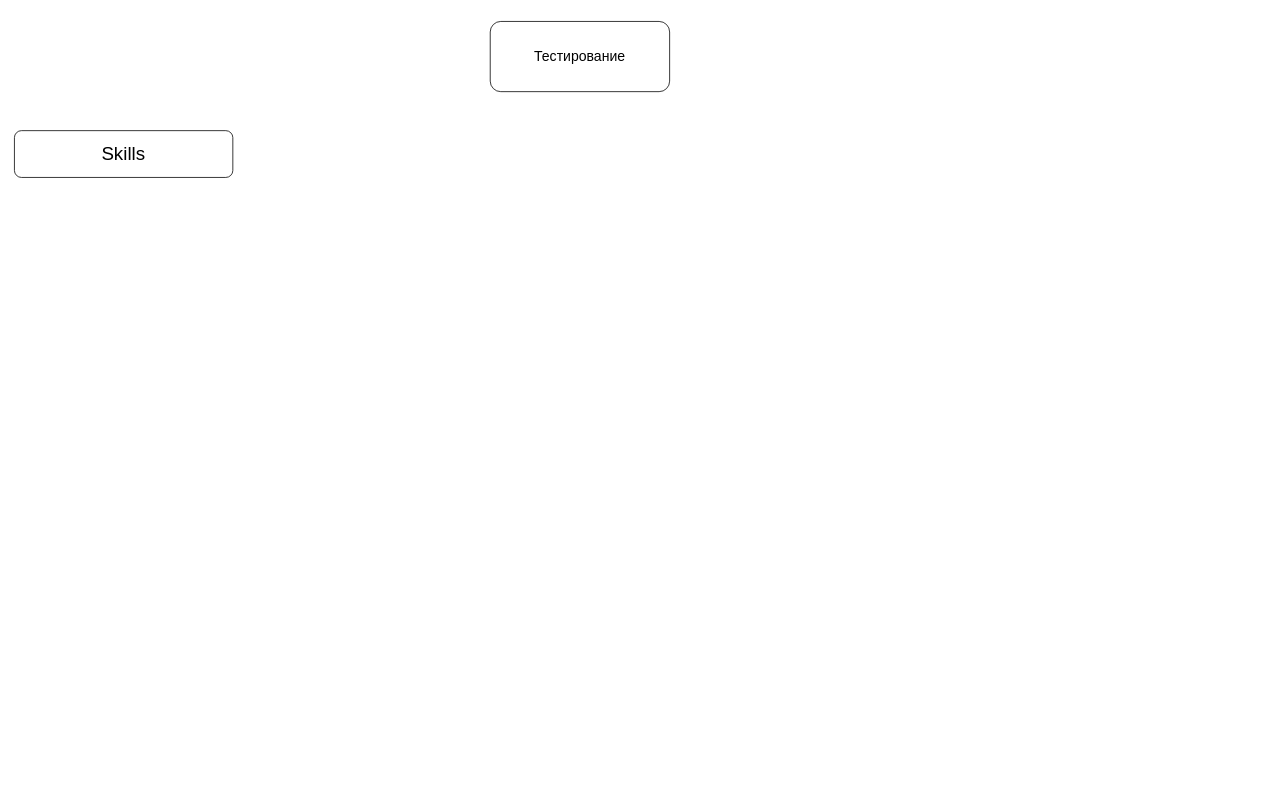
Above: Untitled Diagram.drawio in ViktoricaN/Kotlin (draw.io), before the change. Source tidied: cells renumbered, new cells numbered last; positions are measured from the earlier drawing's top-left corner, leaving out a move shared by most shapes. Both pictures are drawn from the tidied source at 78%, with x=0, y=0 at pixel (14, 21).
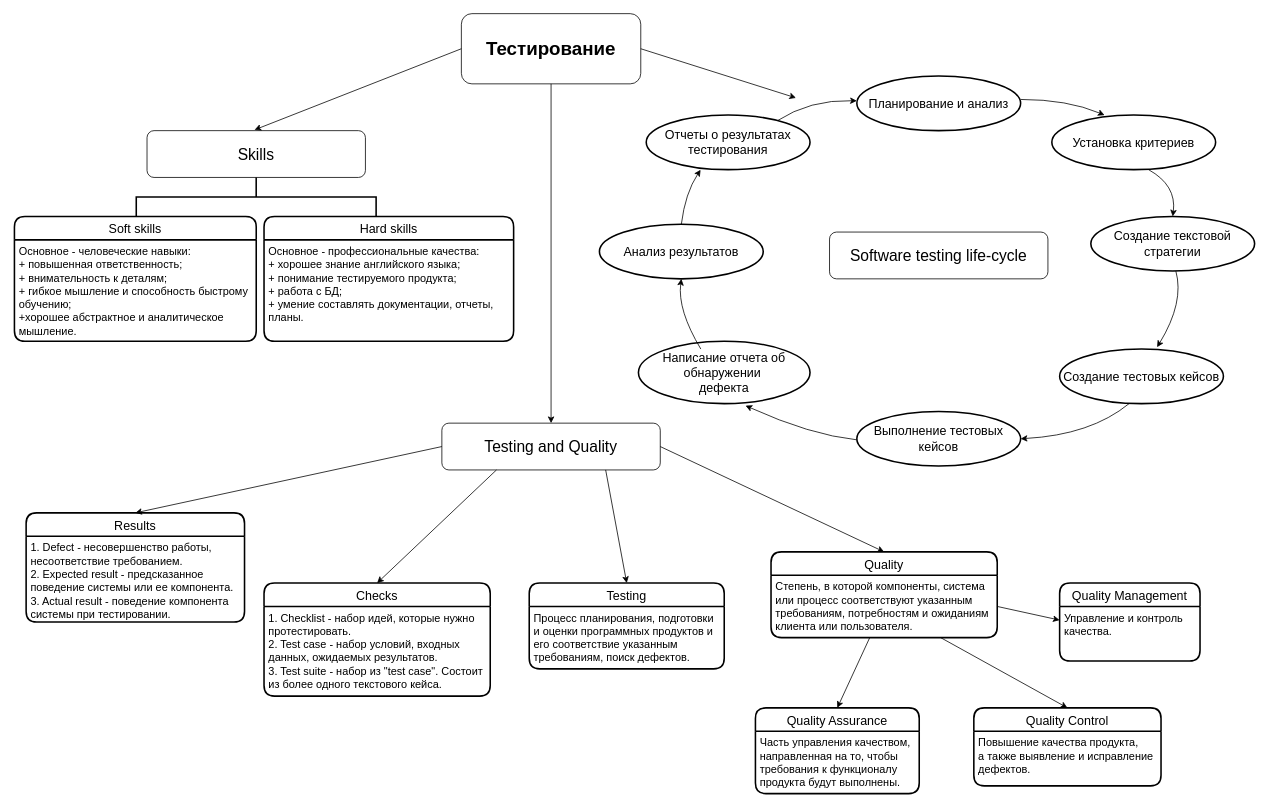
The same page after the edit.

The edit, as a diff of the source:
```diff
@@
-    <mxCell id="2" value="&lt;font style=&quot;font-size: 18px&quot;&gt;Тестирование&lt;/font&gt;" style="rounded=1;whiteSpace=wrap;html=1;" parent="1" vertex="1">
-      <mxGeometry x="610" width="230" height="90" as="geometry" />
+    <mxCell id="2" value="&lt;font style=&quot;font-size: 24px&quot;&gt;&lt;b&gt;Тестирование&lt;/b&gt;&lt;/font&gt;" style="rounded=1;whiteSpace=wrap;html=1;" parent="1" vertex="1">
+      <mxGeometry x="573" y="-10" width="230" height="90" as="geometry" />
     </mxCell>
+    <mxCell id="4" style="edgeStyle=orthogonalEdgeStyle;rounded=0;jettySize=auto;html=1;exitX=0.75;exitY=0;exitDx=0;exitDy=0;fontSize=14;" parent="1" edge="1" source="3">
+      <mxGeometry relative="1" as="geometry">
+        <mxPoint x="380" y="139.7" as="targetPoint" />
+      </mxGeometry>
+    </mxCell>
-    <mxCell id="3" value="&lt;font style=&quot;font-size: 24px&quot;&gt;Skills&lt;/font&gt;" style="rounded=1;whiteSpace=wrap;html=1;" parent="1" vertex="1">
-      <mxGeometry y="140" width="280" height="60" as="geometry" />
+    <mxCell id="3" value="&lt;font style=&quot;font-size: 20px;&quot;&gt;Skills&lt;/font&gt;" style="rounded=1;whiteSpace=wrap;html=1;fontSize=20;" parent="1" vertex="1">
+      <mxGeometry x="170" y="140" width="280" height="60" as="geometry" />
     </mxCell>
+    <mxCell id="5" style="strokeWidth=2;html=1;shape=mxgraph.flowchart.annotation_2;align=left;labelPosition=right;direction=south;fontSize=20;" parent="1" vertex="1">
+      <mxGeometry x="156.2" y="200" width="307.5" height="50" as="geometry" />
+    </mxCell>
+    <mxCell id="6" value="Soft skills" style="swimlane;horizontal=1;startSize=30;rounded=1;fontSize=16;fontStyle=0;strokeWidth=2;shadow=0;dashed=0;align=center;" parent="1" vertex="1">
+      <mxGeometry y="250" width="310" height="160" as="geometry" />
+    </mxCell>
+    <mxCell id="7" value="Основное - человеческие навыки:&#10;+ повышенная ответственность;&#10;+ внимательность к деталям;&#10;+ гибкое мышление и способность быстрому &#10;обучению;&#10;+хорошее абстрактное и аналитическое&#10;мышление." style="align=left;strokeColor=none;fillColor=none;spacingLeft=4;fontSize=14;verticalAlign=top;" parent="6" vertex="1">
+      <mxGeometry y="30" width="310" height="130" as="geometry" />
+    </mxCell>
+    <mxCell id="8" value="Hard skills" style="swimlane;horizontal=1;startSize=30;rounded=1;fontSize=16;fontStyle=0;strokeWidth=2;shadow=0;dashed=0;align=center;" parent="1" vertex="1">
+      <mxGeometry x="320" y="250" width="320" height="160" as="geometry" />
+    </mxCell>
+    <mxCell id="9" value="Основное - профессиональные качества:&#10;+ хорошее знание английского языка;&#10;+ понимание тестируемого продукта;&#10;+ работа с БД;&#10;+ умение составлять документации, отчеты, &#10;планы.&#10;" style="align=left;strokeColor=none;fillColor=none;spacingLeft=4;fontSize=14;verticalAlign=top;" parent="8" vertex="1">
+      <mxGeometry y="30" width="320" height="130" as="geometry" />
+    </mxCell>
+    <mxCell id="10" style="curved=1;endArrow=classic;html=1;exitX=0.796;exitY=0.111;exitDx=0;exitDy=0;exitPerimeter=0;" parent="1" edge="1" source="16" target="11">
+      <mxGeometry relative="1" as="geometry">
+        <Array as="points">
+          <mxPoint x="1020" y="100" />
+        </Array>
+      </mxGeometry>
+    </mxCell>
+    <mxCell id="11" value="&lt;font style=&quot;font-size: 16px&quot;&gt;Планирование и анализ&lt;/font&gt;" style="strokeWidth=2;html=1;shape=mxgraph.flowchart.start_1;whiteSpace=wrap;" parent="1" vertex="1">
+      <mxGeometry x="1080" y="70" width="210" height="70" as="geometry" />
+    </mxCell>
+    <mxCell id="12" value="Выполнение тестовых кейсов" style="strokeWidth=2;html=1;shape=mxgraph.flowchart.start_1;whiteSpace=wrap;fontSize=16;" parent="1" vertex="1">
+      <mxGeometry x="1080" y="500" width="210" height="70" as="geometry" />
+    </mxCell>
+    <mxCell id="13" value="&lt;font style=&quot;font-size: 16px&quot;&gt;Создание текстовой стратегии&lt;/font&gt;" style="strokeWidth=2;html=1;shape=mxgraph.flowchart.start_1;whiteSpace=wrap;" parent="1" vertex="1">
+      <mxGeometry x="1380" y="250" width="210" height="70" as="geometry" />
+    </mxCell>
+    <mxCell id="14" value="&lt;font style=&quot;font-size: 16px&quot;&gt;Установка критериев&lt;/font&gt;" style="strokeWidth=2;html=1;shape=mxgraph.flowchart.start_1;whiteSpace=wrap;" parent="1" vertex="1">
+      <mxGeometry x="1330" y="120" width="210" height="70" as="geometry" />
+    </mxCell>
+    <mxCell id="15" value="&lt;font style=&quot;font-size: 16px&quot;&gt;Создание тестовых кейсов&lt;/font&gt;" style="strokeWidth=2;html=1;shape=mxgraph.flowchart.start_1;whiteSpace=wrap;" parent="1" vertex="1">
+      <mxGeometry x="1340" y="420" width="210" height="70" as="geometry" />
+    </mxCell>
+    <mxCell id="16" value="&lt;font style=&quot;font-size: 16px&quot;&gt;Отчеты о результатах&lt;br&gt;тестирования&lt;/font&gt;" style="strokeWidth=2;html=1;shape=mxgraph.flowchart.start_1;whiteSpace=wrap;" parent="1" vertex="1">
+      <mxGeometry x="810" y="120" width="210" height="70" as="geometry" />
+    </mxCell>
+    <mxCell id="17" value="Анализ результатов" style="strokeWidth=2;html=1;shape=mxgraph.flowchart.start_1;whiteSpace=wrap;fontSize=16;" parent="1" vertex="1">
+      <mxGeometry x="750" y="260" width="210" height="70" as="geometry" />
+    </mxCell>
+    <mxCell id="18" value="&lt;font style=&quot;font-size: 16px&quot;&gt;Написание отчета об обнаружении&amp;nbsp;&lt;br&gt;дефекта&lt;/font&gt;" style="strokeWidth=2;html=1;shape=mxgraph.flowchart.start_1;whiteSpace=wrap;" parent="1" vertex="1">
+      <mxGeometry x="800" y="410" width="220" height="80" as="geometry" />
+    </mxCell>
+    <mxCell id="19" style="curved=1;endArrow=classic;html=1;exitX=0.443;exitY=-0.001;exitDx=0;exitDy=0;exitPerimeter=0;entryX=0.624;entryY=1.031;entryDx=0;entryDy=0;entryPerimeter=0;" parent="1" edge="1" target="18">
+      <mxGeometry relative="1" as="geometry">
+        <mxPoint x="1080" y="536.4" as="sourcePoint" />
+        <Array as="points">
+          <mxPoint x="1020" y="530" />
+        </Array>
+      </mxGeometry>
+    </mxCell>
+    <mxCell id="20" style="curved=1;endArrow=classic;html=1;exitX=0.443;exitY=-0.001;exitDx=0;exitDy=0;exitPerimeter=0;entryX=1;entryY=0.5;entryDx=0;entryDy=0;entryPerimeter=0;" parent="1" edge="1" target="12">
+      <mxGeometry relative="1" as="geometry">
+        <mxPoint x="1429" y="490" as="sourcePoint" />
+        <Array as="points">
+          <mxPoint x="1380" y="530" />
+        </Array>
+      </mxGeometry>
+    </mxCell>
+    <mxCell id="21" style="curved=1;endArrow=classic;html=1;exitX=0.443;exitY=-0.001;exitDx=0;exitDy=0;exitPerimeter=0;entryX=0.595;entryY=-0.034;entryDx=0;entryDy=0;entryPerimeter=0;" parent="1" edge="1" target="15">
+      <mxGeometry relative="1" as="geometry">
+        <mxPoint x="1489" y="320" as="sourcePoint" />
+        <Array as="points">
+          <mxPoint x="1500" y="360" />
+        </Array>
+      </mxGeometry>
+    </mxCell>
+    <mxCell id="22" style="curved=1;endArrow=classic;html=1;exitX=0.443;exitY=-0.001;exitDx=0;exitDy=0;exitPerimeter=0;entryX=0.5;entryY=0;entryDx=0;entryDy=0;entryPerimeter=0;" parent="1" edge="1" target="13">
+      <mxGeometry relative="1" as="geometry">
+        <mxPoint x="1454" y="190" as="sourcePoint" />
+        <Array as="points">
+          <mxPoint x="1490" y="210" />
+        </Array>
+      </mxGeometry>
+    </mxCell>
+    <mxCell id="23" style="curved=1;endArrow=classic;html=1;exitX=0.443;exitY=-0.001;exitDx=0;exitDy=0;exitPerimeter=0;entryX=0.322;entryY=0.002;entryDx=0;entryDy=0;entryPerimeter=0;" parent="1" edge="1" target="14">
+      <mxGeometry relative="1" as="geometry">
+        <mxPoint x="1290" y="100" as="sourcePoint" />
+        <Array as="points">
+          <mxPoint x="1350" y="100" />
+        </Array>
+      </mxGeometry>
+    </mxCell>
+    <mxCell id="24" style="curved=1;endArrow=classic;html=1;exitX=0.796;exitY=0.111;exitDx=0;exitDy=0;exitPerimeter=0;entryX=0.5;entryY=1;entryDx=0;entryDy=0;entryPerimeter=0;" parent="1" edge="1" target="17">
+      <mxGeometry relative="1" as="geometry">
+        <mxPoint x="880" y="420" as="sourcePoint" />
+        <Array as="points">
+          <mxPoint x="850" y="370" />
+        </Array>
+      </mxGeometry>
+    </mxCell>
+    <mxCell id="25" style="curved=1;endArrow=classic;html=1;exitX=0.5;exitY=0;exitDx=0;exitDy=0;exitPerimeter=0;entryX=0.332;entryY=1.002;entryDx=0;entryDy=0;entryPerimeter=0;" parent="1" edge="1" source="17" target="16">
+      <mxGeometry relative="1" as="geometry">
+        <Array as="points">
+          <mxPoint x="860" y="220" />
+        </Array>
+      </mxGeometry>
+    </mxCell>
+    <mxCell id="26" value="&lt;font style=&quot;font-size: 20px;&quot;&gt;Software testing life-cycle&lt;/font&gt;" style="rounded=1;whiteSpace=wrap;html=1;fontSize=20;" parent="1" vertex="1">
+      <mxGeometry x="1045" y="270" width="280" height="60" as="geometry" />
+    </mxCell>
+    <mxCell id="27" value="&lt;font style=&quot;font-size: 20px;&quot;&gt;Testing and Quality&lt;/font&gt;" style="rounded=1;whiteSpace=wrap;html=1;fontSize=20;" parent="1" vertex="1">
+      <mxGeometry x="548" y="515" width="280" height="60" as="geometry" />
+    </mxCell>
+    <mxCell id="28" value="Quality" style="swimlane;horizontal=1;startSize=30;rounded=1;fontSize=16;fontStyle=0;strokeWidth=2;shadow=0;dashed=0;align=center;" parent="1" vertex="1">
+      <mxGeometry x="970" y="680" width="290" height="110" as="geometry" />
+    </mxCell>
+    <mxCell id="29" value="Степень, в которой компоненты, система&#10;или процесс соответствуют указанным &#10;требованиям, потребностям и ожиданиям&#10;клиента или пользователя." style="align=left;strokeColor=none;fillColor=none;spacingLeft=4;fontSize=14;verticalAlign=top;" parent="28" vertex="1">
+      <mxGeometry y="30" width="290" height="80" as="geometry" />
+    </mxCell>
+    <mxCell id="30" value="Quality Management" style="swimlane;horizontal=1;startSize=30;rounded=1;fontSize=16;fontStyle=0;strokeWidth=2;shadow=0;dashed=0;align=center;" parent="1" vertex="1">
+      <mxGeometry x="1340" y="720" width="180" height="100" as="geometry" />
+    </mxCell>
+    <mxCell id="31" value="Управление и контроль &#10;качества." style="align=left;strokeColor=none;fillColor=none;spacingLeft=4;fontSize=14;verticalAlign=top;" parent="30" vertex="1">
+      <mxGeometry y="30" width="180" height="70" as="geometry" />
+    </mxCell>
+    <mxCell id="32" value="Quality Assurance" style="swimlane;horizontal=1;startSize=30;rounded=1;fontSize=16;fontStyle=0;strokeWidth=2;shadow=0;dashed=0;align=center;" parent="1" vertex="1">
+      <mxGeometry x="950" y="880" width="210" height="110" as="geometry" />
+    </mxCell>
+    <mxCell id="33" value="Часть управления качеством, &#10;направленная на то, чтобы &#10;требования к функционалу &#10;продукта будут выполнены." style="align=left;strokeColor=none;fillColor=none;spacingLeft=4;fontSize=14;verticalAlign=top;" parent="32" vertex="1">
+      <mxGeometry y="30" width="210" height="80" as="geometry" />
+    </mxCell>
+    <mxCell id="34" value="Quality Control" style="swimlane;horizontal=1;startSize=30;rounded=1;fontSize=16;fontStyle=0;strokeWidth=2;shadow=0;dashed=0;align=center;" parent="1" vertex="1">
+      <mxGeometry x="1230" y="880" width="240" height="100" as="geometry" />
+    </mxCell>
+    <mxCell id="35" value="Повышение качества продукта, &#10;а также выявление и исправление &#10;дефектов." style="align=left;strokeColor=none;fillColor=none;spacingLeft=4;fontSize=14;verticalAlign=top;" parent="34" vertex="1">
+      <mxGeometry y="30" width="240" height="70" as="geometry" />
+    </mxCell>
+    <mxCell id="36" value="Results" style="swimlane;horizontal=1;startSize=30;rounded=1;fontSize=16;fontStyle=0;strokeWidth=2;shadow=0;dashed=0;align=center;" parent="1" vertex="1">
+      <mxGeometry x="15" y="630" width="280" height="140" as="geometry" />
+    </mxCell>
+    <mxCell id="37" value="1. Defect - несовершенство работы,&#10;несоответствие требованием.&#10;2. Expected result - предсказанное &#10;поведение системы или ее компонента. &#10;3. Actual result - поведение компонента &#10;системы при тестировании." style="align=left;strokeColor=none;fillColor=none;spacingLeft=4;fontSize=14;verticalAlign=top;" parent="36" vertex="1">
+      <mxGeometry y="30" width="280" height="110" as="geometry" />
+    </mxCell>
+    <mxCell id="38" value="Checks" style="swimlane;horizontal=1;startSize=30;rounded=1;fontSize=16;fontStyle=0;strokeWidth=2;shadow=0;dashed=0;align=center;" parent="1" vertex="1">
+      <mxGeometry x="320" y="720" width="290" height="145" as="geometry" />
+    </mxCell>
+    <mxCell id="39" value="1. Checklist - набор идей, которые нужно &#10;протестировать.&#10;2. Test case - набор условий, входных &#10;данных, ожидаемых результатов.&#10;3. Test suite - набор из &quot;test case&quot;. Состоит &#10;из более одного текстового кейса." style="align=left;strokeColor=none;fillColor=none;spacingLeft=4;fontSize=14;verticalAlign=top;" parent="38" vertex="1">
+      <mxGeometry y="30" width="290" height="115" as="geometry" />
+    </mxCell>
+    <mxCell id="40" value="Testing" style="swimlane;horizontal=1;startSize=30;rounded=1;fontSize=16;fontStyle=0;strokeWidth=2;shadow=0;dashed=0;align=center;" parent="1" vertex="1">
+      <mxGeometry x="660" y="720" width="250" height="110" as="geometry" />
+    </mxCell>
+    <mxCell id="41" value="Процесс планирования, подготовки&#10;и оценки программных продуктов и &#10;его соответствие указанным&#10;требованиям, поиск дефектов.&#10;" style="align=left;strokeColor=none;fillColor=none;spacingLeft=4;fontSize=14;verticalAlign=top;" parent="40" vertex="1">
+      <mxGeometry y="30" width="250" height="80" as="geometry" />
+    </mxCell>
+    <mxCell id="42" style="endArrow=classic;html=1;fontSize=14;exitX=0;exitY=0.5;exitDx=0;exitDy=0;entryX=0.5;entryY=0;entryDx=0;entryDy=0;" parent="1" edge="1" source="27" target="36">
+      <mxGeometry relative="1" as="geometry" />
+    </mxCell>
+    <mxCell id="43" style="endArrow=classic;html=1;fontSize=14;entryX=0.5;entryY=0;entryDx=0;entryDy=0;exitX=0.25;exitY=1;exitDx=0;exitDy=0;" parent="1" edge="1" source="27" target="38">
+      <mxGeometry relative="1" as="geometry" />
+    </mxCell>
+    <mxCell id="44" style="endArrow=classic;html=1;fontSize=14;entryX=0.5;entryY=0;entryDx=0;entryDy=0;exitX=0.75;exitY=1;exitDx=0;exitDy=0;" parent="1" edge="1" source="27" target="40">
+      <mxGeometry relative="1" as="geometry" />
+    </mxCell>
+    <mxCell id="45" style="endArrow=classic;html=1;fontSize=14;entryX=0.5;entryY=0;entryDx=0;entryDy=0;exitX=1;exitY=0.5;exitDx=0;exitDy=0;" parent="1" edge="1" source="27" target="28">
+      <mxGeometry relative="1" as="geometry" />
+    </mxCell>
+    <mxCell id="46" style="endArrow=classic;html=1;fontSize=14;entryX=0.5;entryY=0;entryDx=0;entryDy=0;" parent="1" edge="1" source="29" target="32">
+      <mxGeometry relative="1" as="geometry" />
+    </mxCell>
+    <mxCell id="47" style="endArrow=classic;html=1;fontSize=14;entryX=0.5;entryY=0;entryDx=0;entryDy=0;exitX=0.75;exitY=1;exitDx=0;exitDy=0;" parent="1" edge="1" source="29" target="34">
+      <mxGeometry relative="1" as="geometry" />
+    </mxCell>
+    <mxCell id="48" style="endArrow=classic;html=1;fontSize=14;entryX=0;entryY=0.25;entryDx=0;entryDy=0;exitX=1;exitY=0.5;exitDx=0;exitDy=0;" parent="1" edge="1" source="29" target="31">
+      <mxGeometry relative="1" as="geometry" />
+    </mxCell>
+    <mxCell id="49" style="endArrow=classic;html=1;fontSize=14;exitX=0;exitY=0.5;exitDx=0;exitDy=0;entryX=-1.22;entryY=0.507;entryDx=0;entryDy=0;entryPerimeter=0;" parent="1" edge="1" source="2" target="5">
+      <mxGeometry relative="1" as="geometry" />
+    </mxCell>
+    <mxCell id="50" style="endArrow=classic;html=1;fontSize=14;exitX=0.5;exitY=1;exitDx=0;exitDy=0;" parent="1" edge="1" source="2" target="27">
+      <mxGeometry relative="1" as="geometry" />
+    </mxCell>
+    <mxCell id="51" style="endArrow=classic;html=1;fontSize=14;exitX=1;exitY=0.5;exitDx=0;exitDy=0;" parent="1" edge="1" source="2">
+      <mxGeometry relative="1" as="geometry">
+        <mxPoint x="1002" y="98" as="targetPoint" />
+      </mxGeometry>
+    </mxCell>
```
